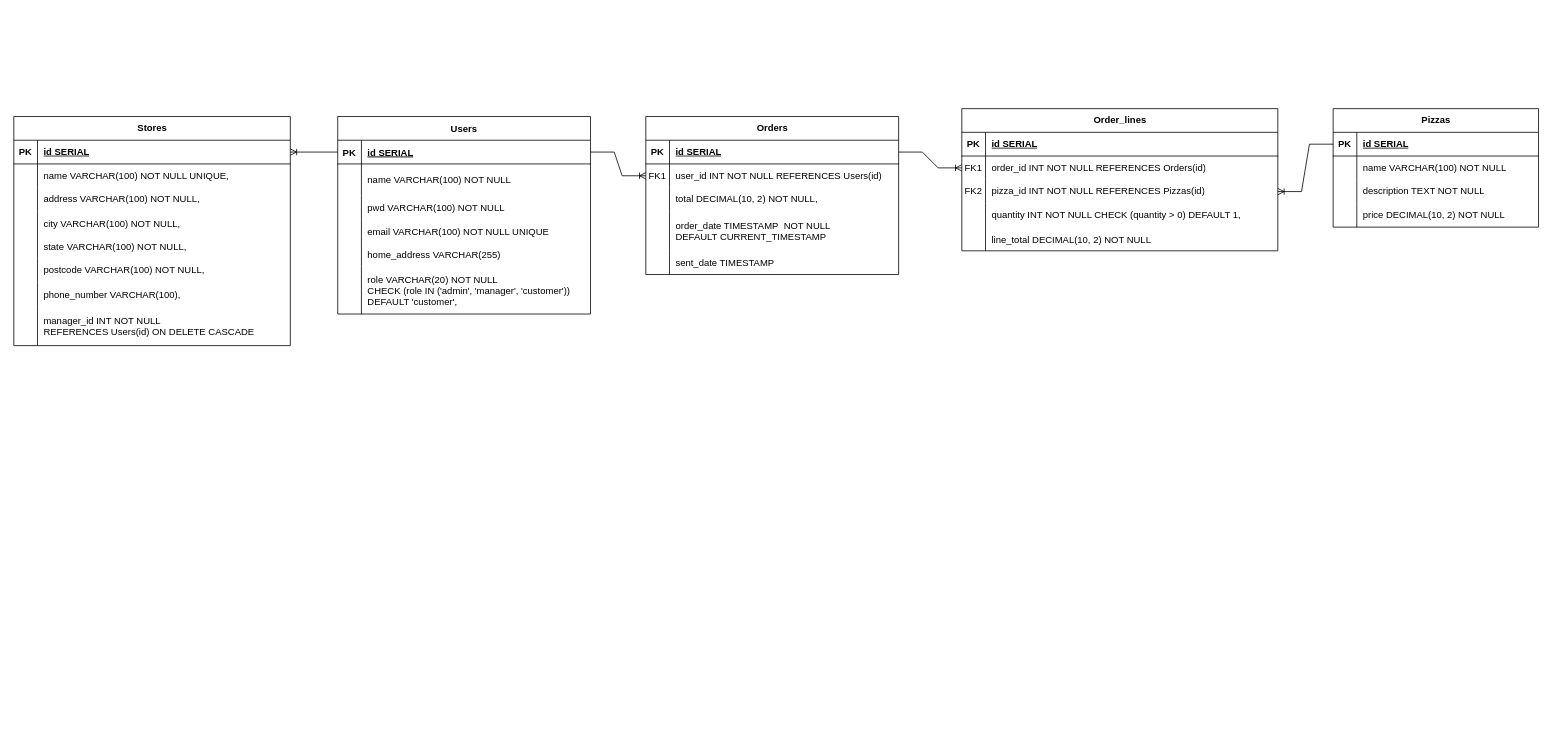
guoruipan/pitsa-jaus keeps this draw.io diagram as src/bd_info/modelo_ER.drawio. Above is the earlier version. Source tidied: cells renumbered, new cells numbered last; positions are measured from the earlier drawing's top-left corner, leaving out a move shared by most shapes. Both pictures are drawn from the tidied source at 79%, with x=0, y=0 at pixel (13, 108).
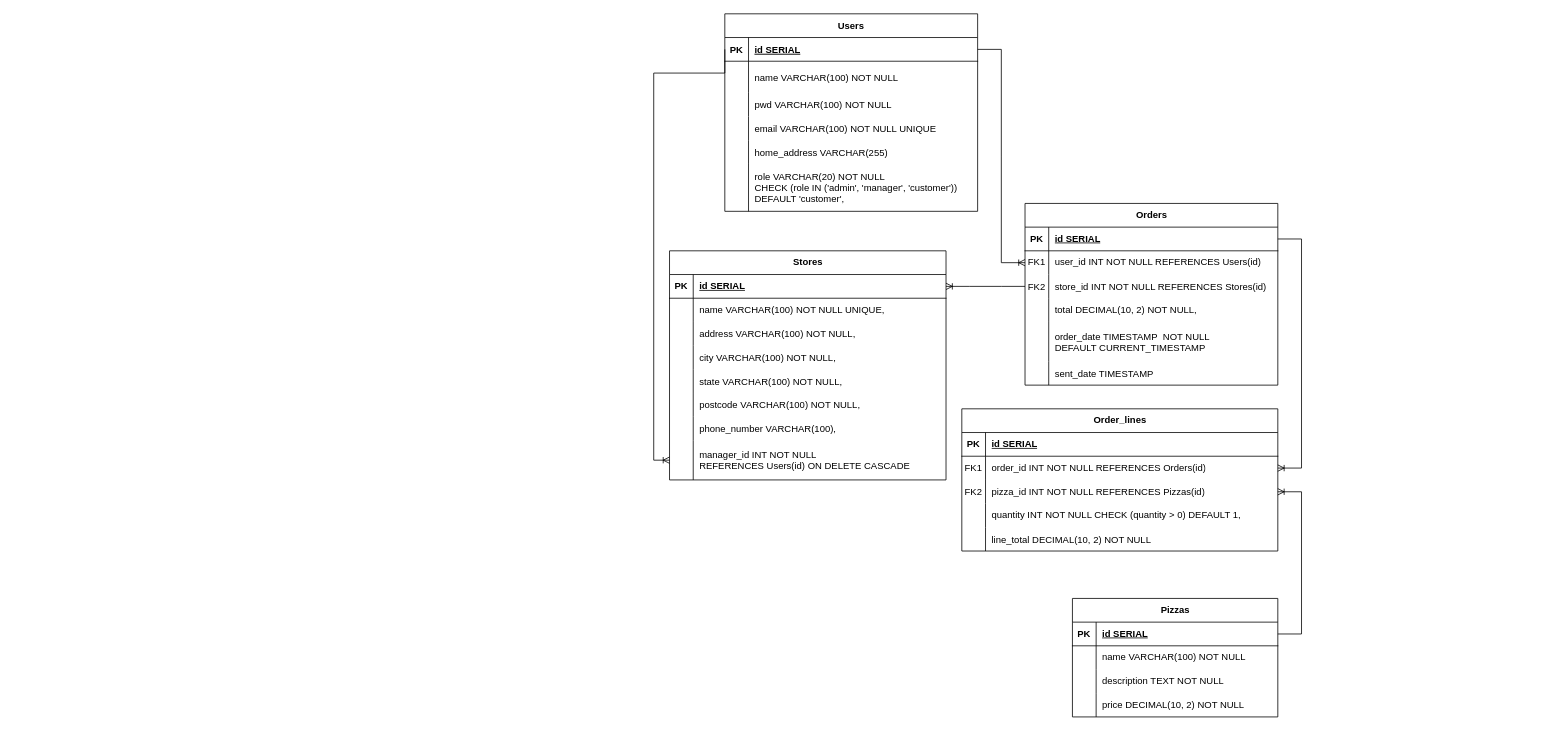
The same diagram, later.

The change refers to these unchanged cells:
```xml
<mxCell id="3" style="shape=tableRow;horizontal=0;startSize=0;swimlaneHead=0;swimlaneBody=0;fillColor=none;points=[[0,0.5],[1,0.5]];portConstraint=eastwest;top=0;left=0;right=0;bottom=1;" parent="2" vertex="1">
  <mxGeometry y="30" width="260" height="30" as="geometry" />
</mxCell>
<mxCell id="16" style="shape=partialRectangle;fillColor=none;points=[[0,0.5],[1,0.5]];portConstraint=eastwest;top=0;left=0;right=0;bottom=1;" parent="15" vertex="1">
  <mxGeometry y="30" width="320" height="30" as="geometry" />
</mxCell>
<mxCell id="35" style="shape=tableRow;horizontal=0;startSize=0;swimlaneHead=0;swimlaneBody=0;fillColor=none;points=[[0,0.5],[1,0.5]];portConstraint=eastwest;top=0;left=0;right=0;bottom=1;" parent="34" vertex="1">
  <mxGeometry y="30" width="320" height="30" as="geometry" />
</mxCell>
<mxCell id="55" style="shape=tableRow;horizontal=0;startSize=0;swimlaneHead=0;swimlaneBody=0;fillColor=none;points=[[0,0.5],[1,0.5]];portConstraint=eastwest;top=0;left=0;right=0;bottom=0;" parent="51" vertex="1">
  <mxGeometry y="60" width="400" height="30" as="geometry" />
</mxCell>
<mxCell id="58" style="shape=tableRow;horizontal=0;startSize=0;swimlaneHead=0;swimlaneBody=0;fillColor=none;points=[[0,0.5],[1,0.5]];portConstraint=eastwest;top=0;left=0;right=0;bottom=0;" parent="51" vertex="1">
  <mxGeometry y="90" width="400" height="30" as="geometry" />
</mxCell>
<mxCell id="70" style="shape=tableRow;horizontal=0;startSize=0;swimlaneHead=0;swimlaneBody=0;fillColor=none;points=[[0,0.5],[1,0.5]];portConstraint=eastwest;top=0;left=0;right=0;bottom=1;" parent="69" vertex="1">
  <mxGeometry y="30" width="350" height="30" as="geometry" />
</mxCell>
<mxCell id="91" style="shape=tableRow;horizontal=0;startSize=0;swimlaneHead=0;swimlaneBody=0;fillColor=none;points=[[0,0.5],[1,0.5]];portConstraint=eastwest;top=0;left=0;right=0;bottom=0;" parent="69" vertex="1">
  <mxGeometry y="240" width="350" height="50" as="geometry" />
</mxCell>
```

Change to the diagram source:
```diff
@@
     <mxCell id="2" value="Pizzas" style="shape=table;startSize=30;childLayout=tableLayout;rowLines=0;fontStyle=1;align=center;html=1;" parent="1" vertex="1">
-      <mxGeometry x="1670" width="260" height="150" as="geometry" />
+      <mxGeometry x="1340" y="620" width="260" height="150" as="geometry" />
     </mxCell>
@@
     <mxCell id="15" value="Users" style="shape=table;startSize=30;childLayout=tableLayout;rowLines=0;fontStyle=1;align=center;" parent="1" vertex="1">
-      <mxGeometry x="410" y="10" width="320" height="250" as="geometry" />
+      <mxGeometry x="900" y="-120" width="320" height="250" as="geometry" />
     </mxCell>
@@
     <mxCell id="34" value="Orders" style="shape=table;startSize=30;childLayout=tableLayout;rowLines=0;fontStyle=1;align=center;html=1;" parent="1" vertex="1">
-      <mxGeometry x="800" y="10" width="320" height="200" as="geometry" />
+      <mxGeometry x="1280" y="120" width="320" height="230" as="geometry" />
     </mxCell>
@@
+    <mxCell id="95" style="shape=tableRow;horizontal=0;startSize=0;swimlaneHead=0;swimlaneBody=0;fillColor=none;points=[[0,0.5],[1,0.5]];portConstraint=eastwest;top=0;left=0;right=0;bottom=0;" parent="34" vertex="1">
+      <mxGeometry y="90" width="320" height="30" as="geometry" />
+    </mxCell>
+    <mxCell id="96" value="FK2" style="shape=partialRectangle;fillColor=none;top=0;left=0;bottom=0;right=0;overflow=hidden;" parent="95" vertex="1">
+      <mxGeometry width="30" height="30" as="geometry" />
+    </mxCell>
+    <mxCell id="97" value="store_id INT NOT NULL REFERENCES Stores(id)" style="shape=partialRectangle;fillColor=none;top=0;left=0;bottom=0;right=0;align=left;spacingLeft=6;overflow=hidden;" parent="95" vertex="1">
+      <mxGeometry x="30" width="290" height="30" as="geometry" />
+    </mxCell>
     <mxCell id="41" style="shape=tableRow;horizontal=0;startSize=0;swimlaneHead=0;swimlaneBody=0;fillColor=none;top=0;left=0;right=0;bottom=0;" parent="34" vertex="1">
-      <mxGeometry y="90" width="320" height="30" as="geometry" />
+      <mxGeometry y="120" width="320" height="30" as="geometry" />
     </mxCell>
@@
     <mxCell id="44" style="shape=tableRow;horizontal=0;startSize=0;swimlaneHead=0;swimlaneBody=0;fillColor=none;top=0;left=0;right=0;bottom=0;" parent="34" vertex="1">
-      <mxGeometry y="120" width="320" height="50" as="geometry" />
+      <mxGeometry y="150" width="320" height="50" as="geometry" />
     </mxCell>
@@
     <mxCell id="47" style="shape=tableRow;horizontal=0;startSize=0;swimlaneHead=0;swimlaneBody=0;fillColor=none;top=0;left=0;right=0;bottom=0;" parent="34" vertex="1">
-      <mxGeometry y="170" width="320" height="30" as="geometry" />
+      <mxGeometry y="200" width="320" height="30" as="geometry" />
     </mxCell>
@@
     <mxCell id="51" value="Order_lines" style="shape=table;startSize=30;childLayout=tableLayout;rowLines=0;fontStyle=1;align=center;html=1;" parent="1" vertex="1">
-      <mxGeometry x="1200" width="400" height="180" as="geometry" />
+      <mxGeometry x="1200" y="380" width="400" height="180" as="geometry" />
     </mxCell>
@@
-    <mxCell id="67" style="edgeStyle=entityRelationEdgeStyle;fontSize=12;html=1;endArrow=ERoneToMany;rounded=0;exitX=1;exitY=0.5;exitDx=0;exitDy=0;entryX=0;entryY=0.5;entryDx=0;entryDy=0;" parent="1" edge="1" source="35" target="55">
-      <mxGeometry relative="1" as="geometry" />
+    <mxCell id="67" style="fontSize=12;html=1;endArrow=ERoneToMany;rounded=0;entryX=1;entryY=0.5;entryDx=0;entryDy=0;exitX=1;exitY=0.5;exitDx=0;exitDy=0;edgeStyle=orthogonalEdgeStyle;" parent="1" edge="1" source="35" target="55">
+      <mxGeometry relative="1" as="geometry">
+        <Array as="points">
+          <mxPoint x="1630" y="165" />
+          <mxPoint x="1630" y="455" />
+        </Array>
+      </mxGeometry>
     </mxCell>
-    <mxCell id="68" style="edgeStyle=entityRelationEdgeStyle;fontSize=12;html=1;endArrow=ERoneToMany;rounded=0;exitX=0;exitY=0.5;exitDx=0;exitDy=0;" parent="1" edge="1" source="3" target="58">
+    <mxCell id="68" style="edgeStyle=entityRelationEdgeStyle;fontSize=12;html=1;endArrow=ERoneToMany;rounded=0;exitX=1;exitY=0.5;exitDx=0;exitDy=0;" parent="1" edge="1" source="3" target="58">
       <mxGeometry relative="1" as="geometry" />
     </mxCell>
     <mxCell id="69" value="Stores" style="shape=table;startSize=30;childLayout=tableLayout;rowLines=0;fontStyle=1;align=center;html=1;" parent="1" vertex="1">
-      <mxGeometry y="10" width="350" height="290" as="geometry" />
+      <mxGeometry x="830" y="180" width="350" height="290" as="geometry" />
     </mxCell>
@@
-    <mxCell id="94" style="edgeStyle=entityRelationEdgeStyle;fontSize=12;html=1;endArrow=ERoneToMany;rounded=0;exitX=0;exitY=0.5;exitDx=0;exitDy=0;entryX=1;entryY=0.5;entryDx=0;entryDy=0;" parent="1" edge="1" source="16" target="70">
+    <mxCell id="94" style="edgeStyle=orthogonalEdgeStyle;fontSize=12;html=1;endArrow=ERoneToMany;rounded=0;exitX=0;exitY=0.5;exitDx=0;exitDy=0;entryX=0;entryY=0.5;entryDx=0;entryDy=0;" parent="1" edge="1" source="16" target="91">
       <mxGeometry relative="1" as="geometry">
         <Array as="points">
-          <mxPoint x="530" y="320" />
+          <mxPoint x="900" y="-45" />
+          <mxPoint x="810" y="-45" />
+          <mxPoint x="810" y="445" />
         </Array>
       </mxGeometry>
     </mxCell>
+    <mxCell id="98" style="edgeStyle=entityRelationEdgeStyle;fontSize=12;html=1;endArrow=ERoneToMany;rounded=0;entryX=1;entryY=0.5;entryDx=0;entryDy=0;" parent="1" edge="1" source="95" target="70">
+      <mxGeometry relative="1" as="geometry" />
+    </mxCell>
```
